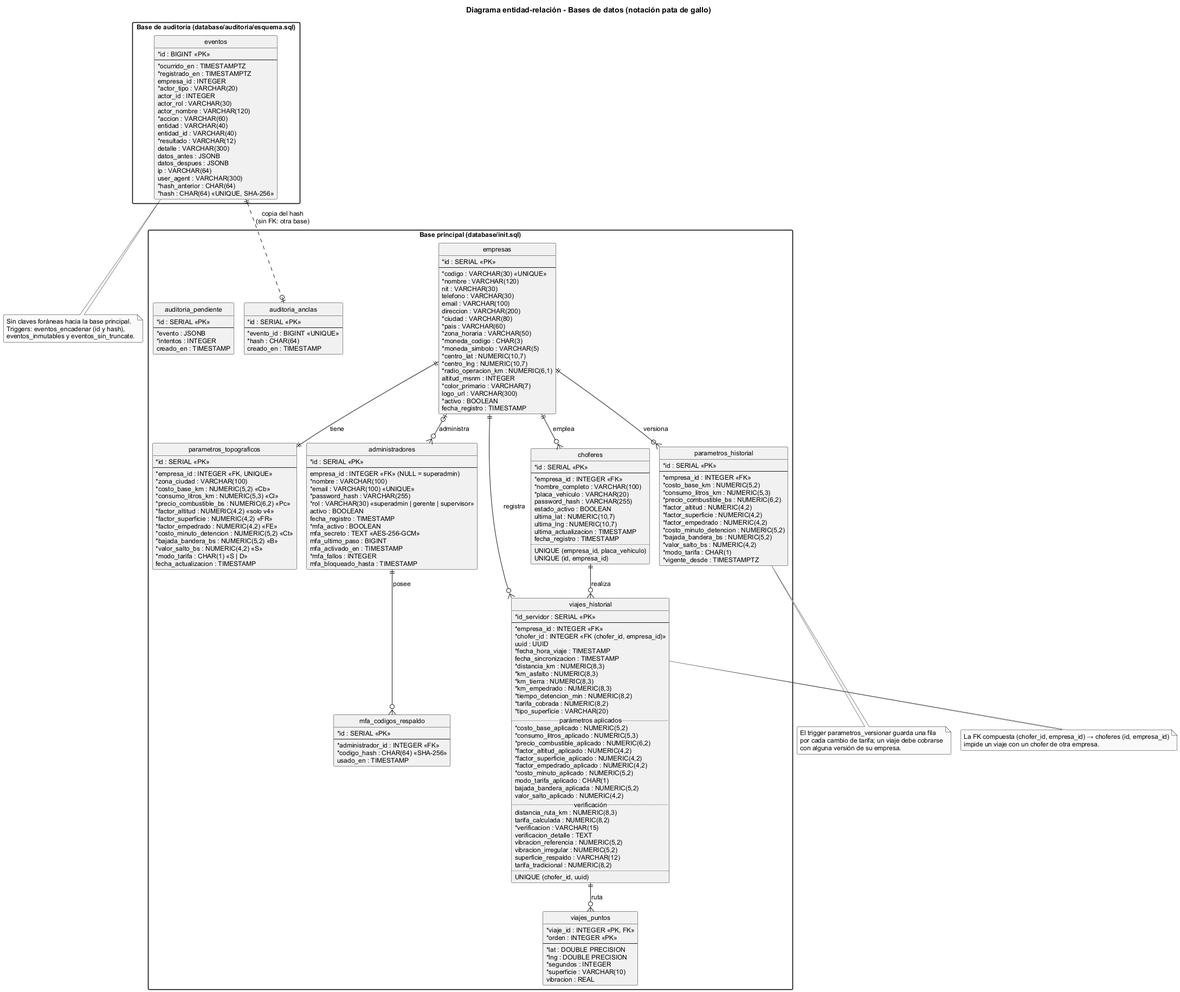
Earlier version of the PlantUML export diseno/uml/er01_base_datos.png (BenjexDtz/pulpos-taxis). Source of this version:
```plantuml
@startuml er01_base_datos
!pragma layout smetana
!include estilo.iuml
hide circle
set separator none
hide empty methods
title Diagrama entidad-relación - Bases de datos (notación pata de gallo)

package "Base principal (database/init.sql)" {

  entity empresas {
    * id : SERIAL <<PK>>
    --
    * codigo : VARCHAR(30) <<UNIQUE>>
    * nombre : VARCHAR(120)
    nit : VARCHAR(30)
    telefono : VARCHAR(30)
    email : VARCHAR(100)
    direccion : VARCHAR(200)
    * ciudad : VARCHAR(80)
    * pais : VARCHAR(60)
    * zona_horaria : VARCHAR(50)
    * moneda_codigo : CHAR(3)
    * moneda_simbolo : VARCHAR(5)
    * centro_lat : NUMERIC(10,7)
    * centro_lng : NUMERIC(10,7)
    * radio_operacion_km : NUMERIC(6,1)
    altitud_msnm : INTEGER
    * color_primario : VARCHAR(7)
    logo_url : VARCHAR(300)
    * activo : BOOLEAN
    fecha_registro : TIMESTAMP
  }

  entity parametros_topograficos {
    * id : SERIAL <<PK>>
    --
    * empresa_id : INTEGER <<FK, UNIQUE>>
    * zona_ciudad : VARCHAR(100)
    * costo_base_km : NUMERIC(5,2) <<Cb>>
    * consumo_litros_km : NUMERIC(5,3) <<Cl>>
    * precio_combustible_bs : NUMERIC(6,2) <<Pc>>
    * factor_altitud : NUMERIC(4,2) <<solo v4>>
    * factor_superficie : NUMERIC(4,2) <<FR>>
    * factor_empedrado : NUMERIC(4,2) <<FE>>
    * costo_minuto_detencion : NUMERIC(5,2) <<Ct>>
    * bajada_bandera_bs : NUMERIC(5,2) <<B>>
    * valor_salto_bs : NUMERIC(4,2) <<S>>
    * modo_tarifa : CHAR(1) <<S | D>>
    fecha_actualizacion : TIMESTAMP
  }

  entity parametros_historial {
    * id : SERIAL <<PK>>
    --
    * empresa_id : INTEGER <<FK>>
    * costo_base_km : NUMERIC(5,2)
    * consumo_litros_km : NUMERIC(5,3)
    * precio_combustible_bs : NUMERIC(6,2)
    * factor_altitud : NUMERIC(4,2)
    * factor_superficie : NUMERIC(4,2)
    * factor_empedrado : NUMERIC(4,2)
    * costo_minuto_detencion : NUMERIC(5,2)
    * bajada_bandera_bs : NUMERIC(5,2)
    * valor_salto_bs : NUMERIC(4,2)
    * modo_tarifa : CHAR(1)
    * vigente_desde : TIMESTAMPTZ
  }

  entity administradores {
    * id : SERIAL <<PK>>
    --
    empresa_id : INTEGER <<FK>> (NULL = superadmin)
    * nombre : VARCHAR(100)
    * email : VARCHAR(100) <<UNIQUE>>
    * password_hash : VARCHAR(255)
    * rol : VARCHAR(30) <<superadmin | gerente | supervisor>>
    activo : BOOLEAN
    fecha_registro : TIMESTAMP
    * mfa_activo : BOOLEAN
    mfa_secreto : TEXT <<AES-256-GCM>>
    mfa_ultimo_paso : BIGINT
    mfa_activado_en : TIMESTAMP
    * mfa_fallos : INTEGER
    mfa_bloqueado_hasta : TIMESTAMP
  }

  entity mfa_codigos_respaldo {
    * id : SERIAL <<PK>>
    --
    * administrador_id : INTEGER <<FK>>
    * codigo_hash : CHAR(64) <<SHA-256>>
    usado_en : TIMESTAMP
  }

  entity choferes {
    * id : SERIAL <<PK>>
    --
    * empresa_id : INTEGER <<FK>>
    * nombre_completo : VARCHAR(100)
    * placa_vehiculo : VARCHAR(20)
    password_hash : VARCHAR(255)
    estado_activo : BOOLEAN
    ultima_lat : NUMERIC(10,7)
    ultima_lng : NUMERIC(10,7)
    ultima_actualizacion : TIMESTAMP
    fecha_registro : TIMESTAMP
    ..
    UNIQUE (empresa_id, placa_vehiculo)
    UNIQUE (id, empresa_id)
  }

  entity viajes_historial {
    * id_servidor : SERIAL <<PK>>
    --
    * empresa_id : INTEGER <<FK>>
    * chofer_id : INTEGER <<FK (chofer_id, empresa_id)>>
    uuid : UUID
    * fecha_hora_viaje : TIMESTAMP
    fecha_sincronizacion : TIMESTAMP
    * distancia_km : NUMERIC(8,3)
    * km_asfalto : NUMERIC(8,3)
    * km_tierra : NUMERIC(8,3)
    * km_empedrado : NUMERIC(8,3)
    * tiempo_detencion_min : NUMERIC(8,2)
    * tarifa_cobrada : NUMERIC(8,2)
    * tipo_superficie : VARCHAR(20)
    .. parámetros aplicados ..
    * costo_base_aplicado : NUMERIC(5,2)
    * consumo_litros_aplicado : NUMERIC(5,3)
    * precio_combustible_aplicado : NUMERIC(6,2)
    * factor_altitud_aplicado : NUMERIC(4,2)
    * factor_superficie_aplicado : NUMERIC(4,2)
    * factor_empedrado_aplicado : NUMERIC(4,2)
    * costo_minuto_aplicado : NUMERIC(5,2)
    modo_tarifa_aplicado : CHAR(1)
    bajada_bandera_aplicada : NUMERIC(5,2)
    valor_salto_aplicado : NUMERIC(4,2)
    .. verificación ..
    distancia_ruta_km : NUMERIC(8,3)
    tarifa_calculada : NUMERIC(8,2)
    * verificacion : VARCHAR(15)
    verificacion_detalle : TEXT
    vibracion_referencia : NUMERIC(5,2)
    vibracion_irregular : NUMERIC(5,2)
    superficie_respaldo : VARCHAR(12)
    tarifa_tradicional : NUMERIC(8,2)
    ..
    UNIQUE (chofer_id, uuid)
  }

  entity viajes_puntos {
    * viaje_id : INTEGER <<PK, FK>>
    * orden : INTEGER <<PK>>
    --
    * lat : DOUBLE PRECISION
    * lng : DOUBLE PRECISION
    * segundos : INTEGER
    * superficie : VARCHAR(10)
    vibracion : REAL
  }

  entity auditoria_anclas {
    * id : SERIAL <<PK>>
    --
    * evento_id : BIGINT <<UNIQUE>>
    * hash : CHAR(64)
    creado_en : TIMESTAMP
  }

  entity auditoria_pendiente {
    * id : SERIAL <<PK>>
    --
    * evento : JSONB
    * intentos : INTEGER
    creado_en : TIMESTAMP
  }
}

package "Base de auditoría (database/auditoria/esquema.sql)" {
  entity eventos {
    * id : BIGINT <<PK>>
    --
    * ocurrido_en : TIMESTAMPTZ
    * registrado_en : TIMESTAMPTZ
    empresa_id : INTEGER
    * actor_tipo : VARCHAR(20)
    actor_id : INTEGER
    actor_rol : VARCHAR(30)
    actor_nombre : VARCHAR(120)
    * accion : VARCHAR(60)
    entidad : VARCHAR(40)
    entidad_id : VARCHAR(40)
    * resultado : VARCHAR(12)
    detalle : VARCHAR(300)
    datos_antes : JSONB
    datos_despues : JSONB
    ip : VARCHAR(64)
    user_agent : VARCHAR(300)
    * hash_anterior : CHAR(64)
    * hash : CHAR(64) <<UNIQUE, SHA-256>>
  }
}

empresas ||--|| parametros_topograficos : tiene
empresas ||--o{ parametros_historial : versiona
empresas |o--o{ administradores : administra
administradores ||--o{ mfa_codigos_respaldo : posee
empresas ||--o{ choferes : emplea
empresas ||--o{ viajes_historial : registra
choferes ||--o{ viajes_historial : realiza
viajes_historial ||--o{ viajes_puntos : ruta
eventos ||..o| auditoria_anclas : "copia del hash\n(sin FK: otra base)"

note bottom of eventos
  Sin claves foráneas hacia la base principal.
  Triggers: eventos_encadenar (id y hash),
  eventos_inmutables y eventos_sin_truncate.
end note

note bottom of parametros_historial
  El trigger parametros_versionar guarda una fila
  por cada cambio de tarifa; un viaje debe cobrarse
  con alguna versión de su empresa.
end note

note right of viajes_historial
  La FK compuesta (chofer_id, empresa_id) → choferes (id, empresa_id)
  impide un viaje con un chofer de otra empresa.
end note
@enduml
```
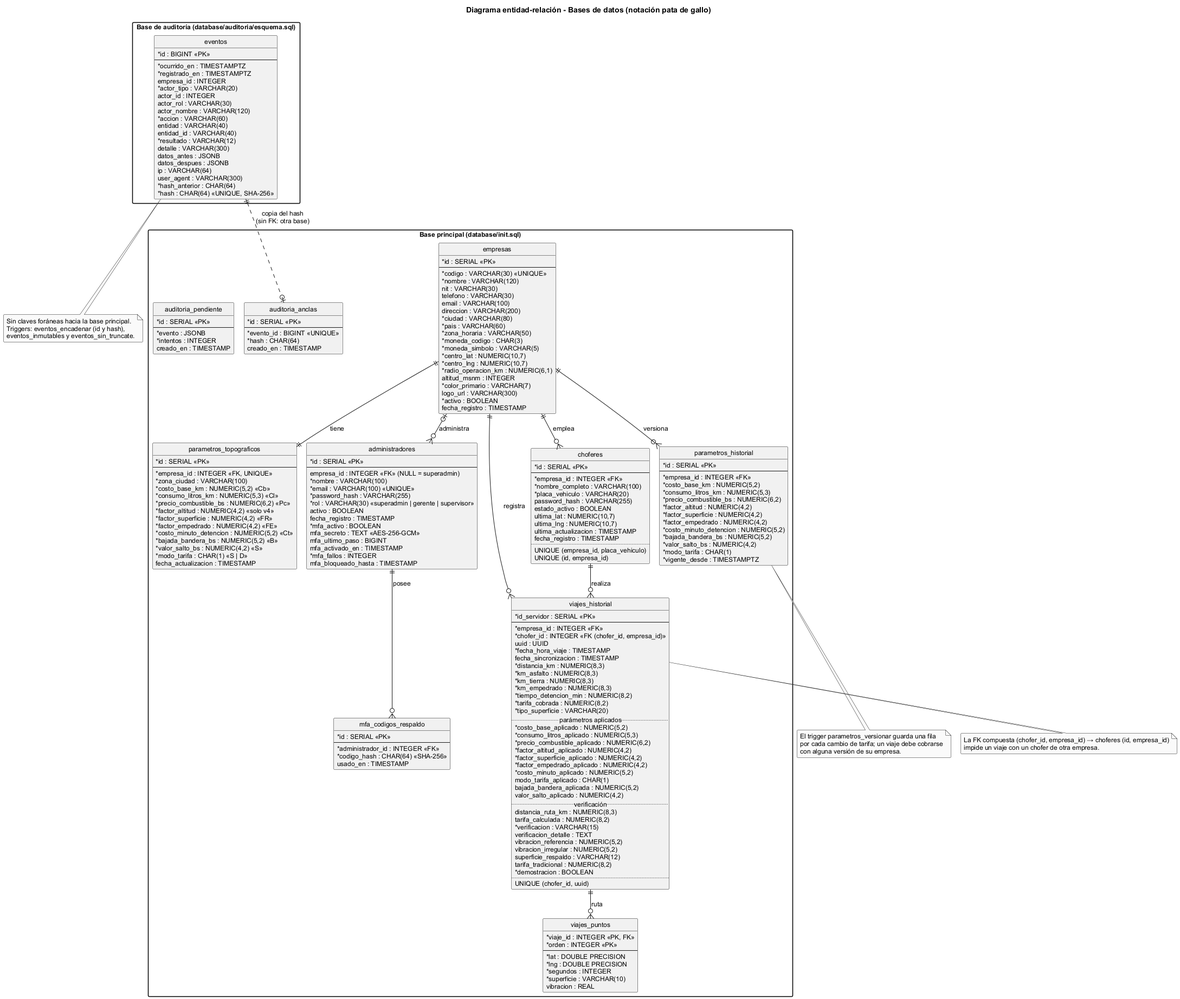
The same file after the commit.

Change to the diagram source:
```diff
@@ -145,6 +145,7 @@
     vibracion_irregular : NUMERIC(5,2)
     superficie_respaldo : VARCHAR(12)
     tarifa_tradicional : NUMERIC(8,2)
+    * demostracion : BOOLEAN
     ..
     UNIQUE (chofer_id, uuid)
   }
```
